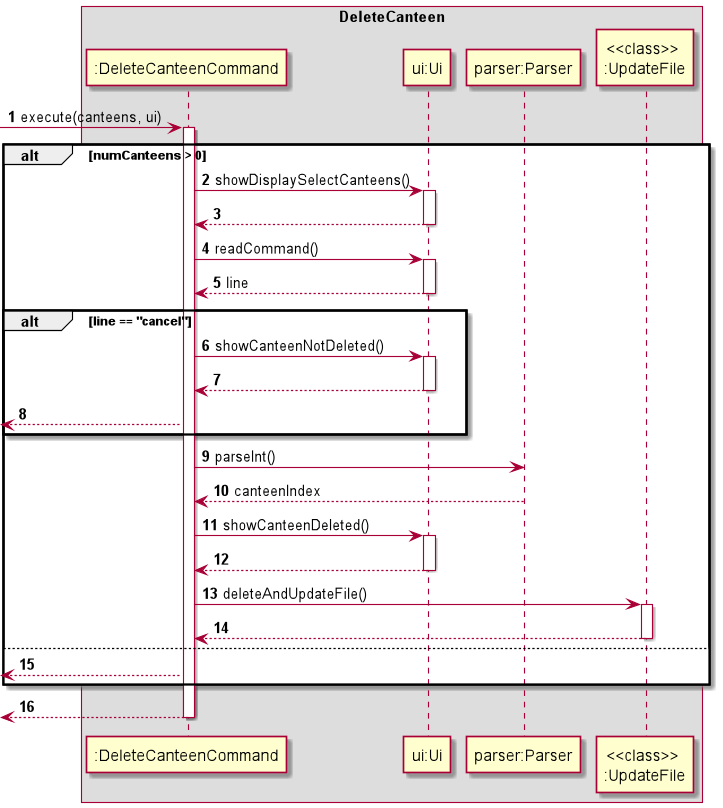
This is docs/img/DeleteCanteen.png from nagiteja/tp, a PlantUML export, as it was before one commit. Source of this version:
```plantuml
@startuml

autonumber
box DeleteCanteen

->":DeleteCanteenCommand" : execute(canteens, ui)
activate ":DeleteCanteenCommand"

alt numCanteens > 0
":DeleteCanteenCommand" -> "ui:Ui" : showDisplaySelectCanteens()
activate "ui:Ui"
"ui:Ui" --> ":DeleteCanteenCommand"
deactivate "ui:Ui"

":DeleteCanteenCommand" -> "ui:Ui" : readCommand()
activate "ui:Ui"
"ui:Ui" --> ":DeleteCanteenCommand" : line
deactivate "ui:Ui"

alt line == "cancel"
    ":DeleteCanteenCommand" -> "ui:Ui" : showCanteenNotDeleted()
    activate "ui:Ui"
    "ui:Ui" --> ":DeleteCanteenCommand"
    deactivate "ui:Ui"
    <-- ":DeleteCanteenCommand"
end

":DeleteCanteenCommand" -> "parser:Parser" : parseInt()
"parser:Parser" --> ":DeleteCanteenCommand" : canteenIndex

":DeleteCanteenCommand" -> "ui:Ui" : showCanteenDeleted()
activate "ui:Ui"
"ui:Ui" --> ":DeleteCanteenCommand"
deactivate "ui:Ui"

":DeleteCanteenCommand" -> "<<class>> \n:UpdateFile" : deleteAndUpdateFile()
activate "<<class>> \n:UpdateFile"
"<<class>> \n:UpdateFile" --> ":DeleteCanteenCommand"
deactivate "<<class>> \n:UpdateFile"

else
<-- ":DeleteCanteenCommand"

end

<-- ":DeleteCanteenCommand"
deactivate ":DeleteCanteenCommand"
@enduml
```
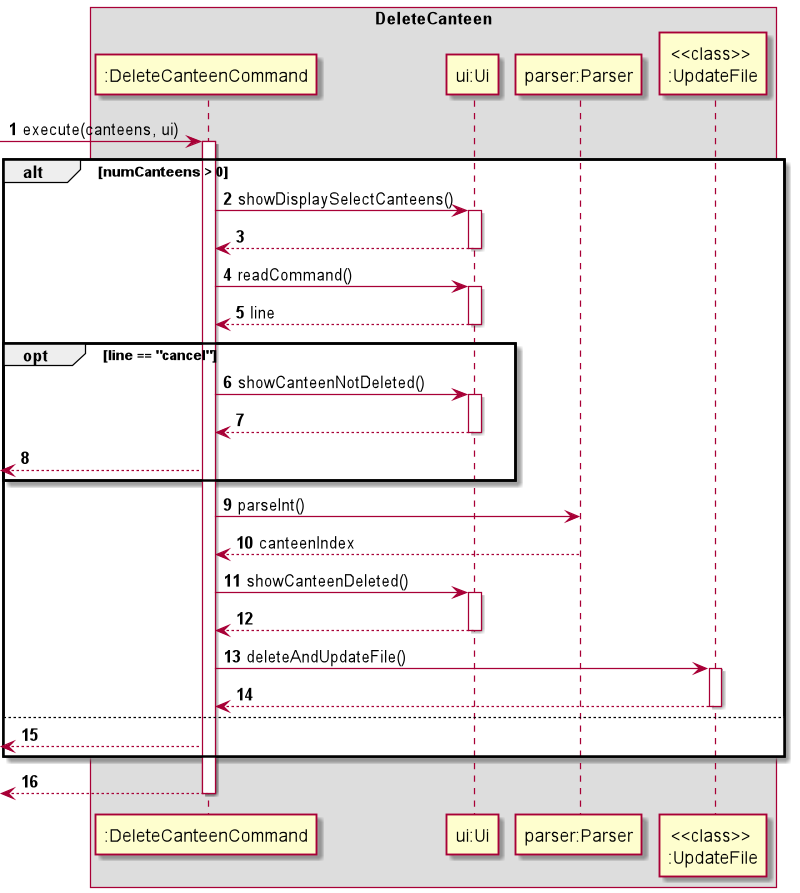
Later version of the same file.

Change to the diagram source:
```diff
@@ -17,7 +17,7 @@
 "ui:Ui" --> ":DeleteCanteenCommand" : line
 deactivate "ui:Ui"
 
-alt line == "cancel"
+opt line == "cancel"
     ":DeleteCanteenCommand" -> "ui:Ui" : showCanteenNotDeleted()
     activate "ui:Ui"
     "ui:Ui" --> ":DeleteCanteenCommand"
```
